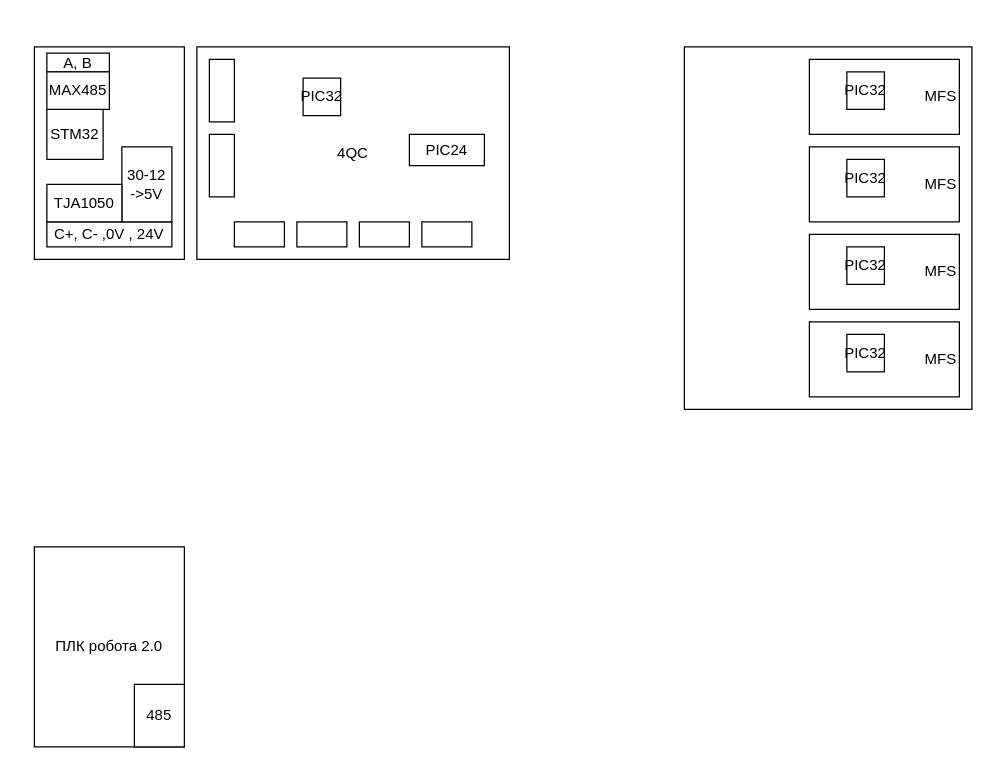
This is gateway_farmcan.drawio from megavad/Diagrams, a draw.io file, before an edit. Source tidied: cells renumbered, new cells numbered last; positions are measured from the earlier drawing's top-left corner, leaving out a move shared by most shapes. Both pictures are drawn from the tidied source at 125%, with x=0, y=0 at pixel (34, 46).
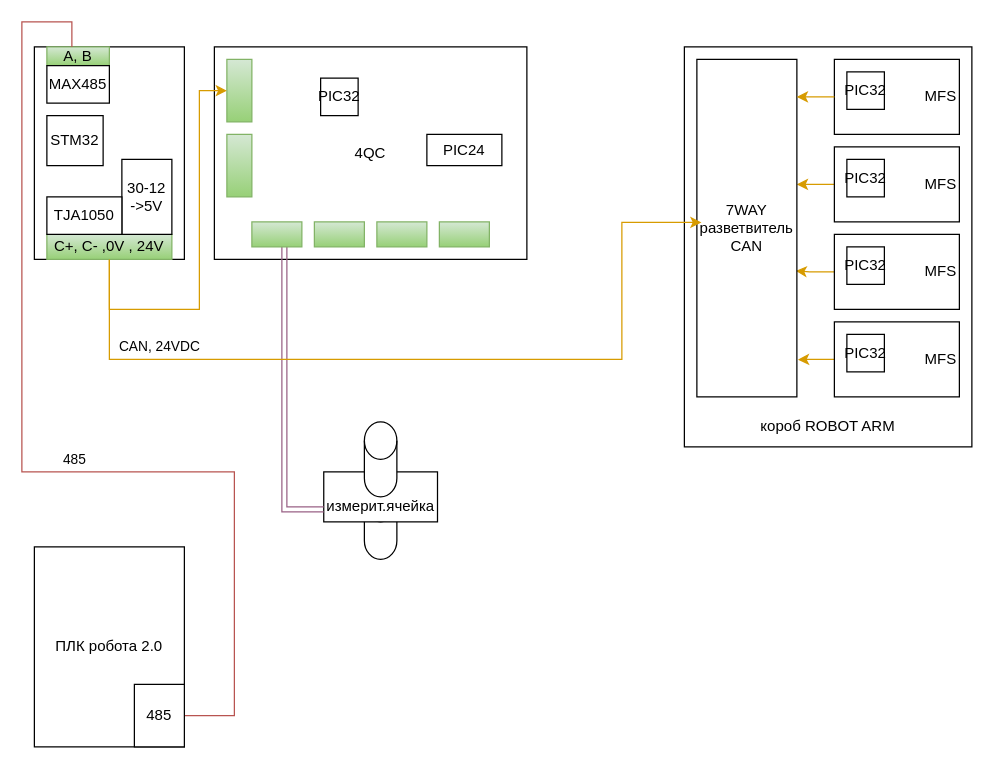
The same page after the edit.

The change refers to these unchanged cells:
```xml
<mxCell id="3" style="rounded=0;whiteSpace=wrap;html=1;" parent="1" vertex="1">
  <mxGeometry width="120" height="170" as="geometry" />
</mxCell>
<mxCell id="28" value="485" style="rounded=0;whiteSpace=wrap;html=1;" parent="1" vertex="1">
  <mxGeometry x="80" y="510" width="40" height="50" as="geometry" />
</mxCell>
```

Change to the diagram source:
```diff
@@
+    <mxCell id="29" style="shape=cylinder3;whiteSpace=wrap;html=1;boundedLbl=1;backgroundOutline=1;size=15;" parent="1" vertex="1">
+      <mxGeometry x="264" y="350" width="26" height="60" as="geometry" />
+    </mxCell>
+    <mxCell id="30" value="&lt;div&gt;&lt;br&gt;&lt;/div&gt;измерит.ячейка" style="rounded=0;whiteSpace=wrap;html=1;align=left;" parent="1" vertex="1">
+      <mxGeometry x="231.5" y="340" width="91" height="40" as="geometry" />
+    </mxCell>
-    <mxCell id="2" style="rounded=0;whiteSpace=wrap;html=1;" parent="1" vertex="1">
-      <mxGeometry x="520" width="230" height="290" as="geometry" />
+    <mxCell id="2" value="&lt;div&gt;&lt;br&gt;&lt;/div&gt;&lt;div&gt;&lt;br&gt;&lt;/div&gt;&lt;div&gt;&lt;br&gt;&lt;/div&gt;&lt;div&gt;&lt;br&gt;&lt;/div&gt;&lt;div&gt;&lt;br&gt;&lt;/div&gt;&lt;div&gt;&lt;br&gt;&lt;/div&gt;&lt;div&gt;&lt;br&gt;&lt;/div&gt;&lt;div&gt;&lt;br&gt;&lt;/div&gt;&lt;div&gt;&lt;br&gt;&lt;/div&gt;&lt;div&gt;&lt;br&gt;&lt;/div&gt;&lt;div&gt;&lt;br&gt;&lt;/div&gt;&lt;div&gt;&lt;br&gt;&lt;/div&gt;&lt;div&gt;&lt;br&gt;&lt;/div&gt;&lt;div&gt;&lt;br&gt;&lt;/div&gt;&lt;div&gt;&lt;br&gt;&lt;/div&gt;&lt;div&gt;&lt;br&gt;&lt;/div&gt;&lt;div&gt;&lt;br&gt;&lt;/div&gt;&lt;div&gt;&lt;br&gt;&lt;/div&gt;&lt;div&gt;&lt;br&gt;&lt;/div&gt;&lt;div&gt;&lt;br&gt;&lt;/div&gt;&lt;div&gt;короб ROBOT ARM&lt;/div&gt;" style="rounded=0;whiteSpace=wrap;html=1;" parent="1" vertex="1">
+      <mxGeometry x="520" width="230" height="320" as="geometry" />
     </mxCell>
@@
     <mxCell id="4" value="MFS" style="rounded=0;whiteSpace=wrap;html=1;align=right;" parent="1" vertex="1">
-      <mxGeometry x="620" y="10" width="120" height="60" as="geometry" />
+      <mxGeometry x="640" y="10" width="100" height="60" as="geometry" />
     </mxCell>
     <mxCell id="5" value="4QC" style="rounded=0;whiteSpace=wrap;html=1;align=center;" parent="1" vertex="1">
-      <mxGeometry x="130" width="250" height="170" as="geometry" />
+      <mxGeometry x="144" width="250" height="170" as="geometry" />
     </mxCell>
+    <mxCell id="31" style="edgeStyle=orthogonalEdgeStyle;rounded=0;jettySize=auto;html=1;exitX=0;exitY=0.5;exitDx=0;exitDy=0;fillColor=#ffcd28;gradientColor=#ffa500;strokeColor=#d79b00;" parent="1" edge="1" source="6">
+      <mxGeometry relative="1" as="geometry">
+        <mxPoint x="610" y="110.7" as="targetPoint" />
+      </mxGeometry>
+    </mxCell>
     <mxCell id="6" value="MFS" style="rounded=0;whiteSpace=wrap;html=1;align=right;" parent="1" vertex="1">
-      <mxGeometry x="620" y="80" width="120" height="60" as="geometry" />
+      <mxGeometry x="640" y="80" width="100" height="60" as="geometry" />
     </mxCell>
+    <mxCell id="32" style="edgeStyle=orthogonalEdgeStyle;rounded=0;jettySize=auto;html=1;fillColor=#ffcd28;gradientColor=#ffa500;strokeColor=#d79b00;" parent="1" edge="1" source="7">
+      <mxGeometry relative="1" as="geometry">
+        <mxPoint x="609" y="179.2" as="targetPoint" />
+      </mxGeometry>
+    </mxCell>
     <mxCell id="7" value="MFS" style="rounded=0;whiteSpace=wrap;html=1;align=right;" parent="1" vertex="1">
-      <mxGeometry x="620" y="150" width="120" height="60" as="geometry" />
+      <mxGeometry x="640" y="150" width="100" height="60" as="geometry" />
     </mxCell>
+    <mxCell id="33" style="edgeStyle=orthogonalEdgeStyle;rounded=0;jettySize=auto;html=1;fillColor=#ffcd28;gradientColor=#ffa500;strokeColor=#d79b00;" parent="1" edge="1" source="8">
+      <mxGeometry relative="1" as="geometry">
+        <mxPoint x="610.9" y="250.2" as="targetPoint" />
+      </mxGeometry>
+    </mxCell>
     <mxCell id="8" value="MFS" style="rounded=0;whiteSpace=wrap;html=1;align=right;" parent="1" vertex="1">
-      <mxGeometry x="620" y="220" width="120" height="60" as="geometry" />
+      <mxGeometry x="640" y="220" width="100" height="60" as="geometry" />
     </mxCell>
+    <mxCell id="34" style="edgeStyle=orthogonalEdgeStyle;rounded=0;jettySize=auto;html=1;entryX=0;entryY=0.75;entryDx=0;entryDy=0;shape=link;fillColor=#e6d0de;gradientColor=#d5739d;strokeColor=#996185;" parent="1" edge="1" source="9" target="30">
+      <mxGeometry relative="1" as="geometry">
+        <Array as="points">
+          <mxPoint x="200" y="370" />
+        </Array>
+      </mxGeometry>
+    </mxCell>
-    <mxCell id="9" style="rounded=0;whiteSpace=wrap;html=1;" parent="1" vertex="1">
-      <mxGeometry x="160" y="140" width="40" height="20" as="geometry" />
+    <mxCell id="9" style="rounded=0;whiteSpace=wrap;html=1;fillColor=#d5e8d4;gradientColor=#97d077;strokeColor=#82b366;" parent="1" vertex="1">
+      <mxGeometry x="174" y="140" width="40" height="20" as="geometry" />
     </mxCell>
-    <mxCell id="10" style="rounded=0;whiteSpace=wrap;html=1;" parent="1" vertex="1">
-      <mxGeometry x="210" y="140" width="40" height="20" as="geometry" />
+    <mxCell id="10" style="rounded=0;whiteSpace=wrap;html=1;fillColor=#d5e8d4;gradientColor=#97d077;strokeColor=#82b366;" parent="1" vertex="1">
+      <mxGeometry x="224" y="140" width="40" height="20" as="geometry" />
     </mxCell>
-    <mxCell id="11" style="rounded=0;whiteSpace=wrap;html=1;" parent="1" vertex="1">
-      <mxGeometry x="260" y="140" width="40" height="20" as="geometry" />
+    <mxCell id="11" style="rounded=0;whiteSpace=wrap;html=1;fillColor=#d5e8d4;gradientColor=#97d077;strokeColor=#82b366;" parent="1" vertex="1">
+      <mxGeometry x="274" y="140" width="40" height="20" as="geometry" />
     </mxCell>
-    <mxCell id="12" style="rounded=0;whiteSpace=wrap;html=1;" parent="1" vertex="1">
-      <mxGeometry x="310" y="140" width="40" height="20" as="geometry" />
+    <mxCell id="12" style="rounded=0;whiteSpace=wrap;html=1;fillColor=#d5e8d4;gradientColor=#97d077;strokeColor=#82b366;" parent="1" vertex="1">
+      <mxGeometry x="324" y="140" width="40" height="20" as="geometry" />
     </mxCell>
-    <mxCell id="13" style="rounded=0;whiteSpace=wrap;html=1;" parent="1" vertex="1">
-      <mxGeometry x="140" y="10" width="20" height="50" as="geometry" />
+    <mxCell id="13" style="rounded=0;whiteSpace=wrap;html=1;fillColor=#d5e8d4;gradientColor=#97d077;strokeColor=#82b366;" parent="1" vertex="1">
+      <mxGeometry x="154" y="10" width="20" height="50" as="geometry" />
     </mxCell>
-    <mxCell id="14" style="rounded=0;whiteSpace=wrap;html=1;" parent="1" vertex="1">
-      <mxGeometry x="140" y="70" width="20" height="50" as="geometry" />
+    <mxCell id="14" style="rounded=0;whiteSpace=wrap;html=1;fillColor=#d5e8d4;gradientColor=#97d077;strokeColor=#82b366;" parent="1" vertex="1">
+      <mxGeometry x="154" y="70" width="20" height="50" as="geometry" />
     </mxCell>
     <mxCell id="15" value="PIC32" style="rounded=0;whiteSpace=wrap;html=1;" parent="1" vertex="1">
-      <mxGeometry x="215" y="25" width="30" height="30" as="geometry" />
+      <mxGeometry x="229" y="25" width="30" height="30" as="geometry" />
     </mxCell>
     <mxCell id="16" value="PIC24" style="rounded=0;whiteSpace=wrap;html=1;" parent="1" vertex="1">
-      <mxGeometry x="300" y="70" width="60" height="25" as="geometry" />
+      <mxGeometry x="314" y="70" width="60" height="25" as="geometry" />
     </mxCell>
@@
+    <mxCell id="35" value="CAN, 24VDC" style="edgeStyle=orthogonalEdgeStyle;rounded=0;jettySize=auto;html=1;entryX=0;entryY=0.5;entryDx=0;entryDy=0;strokeColor=#d79b00;fillColor=#ffcd28;gradientColor=#ffa500;" parent="1" edge="1" source="21" target="13">
+      <mxGeometry x="-0.48" y="-30" relative="1" as="geometry">
+        <Array as="points">
+          <mxPoint x="60" y="210" />
+          <mxPoint x="132" y="210" />
+          <mxPoint x="132" y="35" />
+        </Array>
+      </mxGeometry>
+    </mxCell>
-    <mxCell id="21" value="C+, C- ,0V , 24V" style="rounded=0;whiteSpace=wrap;html=1;" parent="1" vertex="1">
-      <mxGeometry x="10" y="140" width="100" height="20" as="geometry" />
+    <mxCell id="21" value="C+, C- ,0V , 24V" style="rounded=0;whiteSpace=wrap;html=1;fillColor=#d5e8d4;gradientColor=#97d077;strokeColor=#82b366;" parent="1" vertex="1">
+      <mxGeometry x="10" y="150" width="100" height="20" as="geometry" />
     </mxCell>
     <mxCell id="22" value="30-12 -&amp;gt;5V" style="rounded=0;whiteSpace=wrap;html=1;" parent="1" vertex="1">
-      <mxGeometry x="70" y="80" width="40" height="60" as="geometry" />
+      <mxGeometry x="70" y="90" width="40" height="60" as="geometry" />
     </mxCell>
-    <mxCell id="23" value="A, B" style="rounded=0;whiteSpace=wrap;html=1;" parent="1" vertex="1">
-      <mxGeometry x="10" y="5" width="50" height="15" as="geometry" />
+    <mxCell id="23" value="A, B" style="rounded=0;whiteSpace=wrap;html=1;fillColor=#d5e8d4;gradientColor=#97d077;strokeColor=#82b366;" parent="1" vertex="1">
+      <mxGeometry x="10" width="50" height="15" as="geometry" />
     </mxCell>
     <mxCell id="24" value="STM32" style="rounded=0;whiteSpace=wrap;html=1;" parent="1" vertex="1">
-      <mxGeometry x="10" y="50" width="45" height="40" as="geometry" />
+      <mxGeometry x="10" y="55" width="45" height="40" as="geometry" />
     </mxCell>
     <mxCell id="25" value="TJA1050" style="rounded=0;whiteSpace=wrap;html=1;" parent="1" vertex="1">
-      <mxGeometry x="10" y="110" width="60" height="30" as="geometry" />
+      <mxGeometry x="10" y="120" width="60" height="30" as="geometry" />
     </mxCell>
     <mxCell id="26" value="MAX485" style="rounded=0;whiteSpace=wrap;html=1;" parent="1" vertex="1">
-      <mxGeometry x="10" y="20" width="50" height="30" as="geometry" />
+      <mxGeometry x="10" y="15" width="50" height="30" as="geometry" />
     </mxCell>
@@
+    <mxCell id="36" value="485" style="edgeStyle=orthogonalEdgeStyle;rounded=0;jettySize=auto;html=1;entryX=0.25;entryY=0;entryDx=0;entryDy=0;fillColor=#f8cecc;gradientColor=#ea6b66;strokeColor=#b85450;endArrow=none;endFill=0;" parent="1" edge="1" source="28" target="3">
+      <mxGeometry x="-0.12" y="-10" relative="1" as="geometry">
+        <Array as="points">
+          <mxPoint x="160" y="535" />
+          <mxPoint x="160" y="340" />
+          <mxPoint x="-10" y="340" />
+          <mxPoint x="-10" y="-20" />
+          <mxPoint x="30" y="-20" />
+        </Array>
+      </mxGeometry>
+    </mxCell>
@@
+    <mxCell id="37" value="7WAY&lt;div&gt;разветвитель&lt;/div&gt;&lt;div&gt;CAN&lt;/div&gt;" style="rounded=0;whiteSpace=wrap;html=1;" parent="1" vertex="1">
+      <mxGeometry x="530" y="10" width="80" height="270" as="geometry" />
+    </mxCell>
+    <mxCell id="38" style="edgeStyle=orthogonalEdgeStyle;rounded=0;jettySize=auto;html=1;fillColor=#ffcd28;gradientColor=#ffa500;strokeColor=#d79b00;" parent="1" edge="1" source="4">
+      <mxGeometry relative="1" as="geometry">
+        <mxPoint x="610" y="40" as="targetPoint" />
+      </mxGeometry>
+    </mxCell>
+    <mxCell id="39" style="shape=cylinder3;whiteSpace=wrap;html=1;boundedLbl=1;backgroundOutline=1;size=15;" parent="1" vertex="1">
+      <mxGeometry x="264" y="300" width="26" height="60" as="geometry" />
+    </mxCell>
+    <mxCell id="40" style="edgeStyle=orthogonalEdgeStyle;rounded=0;jettySize=auto;html=1;entryX=0.046;entryY=0.483;entryDx=0;entryDy=0;entryPerimeter=0;fillColor=#ffcd28;gradientColor=#ffa500;strokeColor=#d79b00;" parent="1" edge="1" source="21" target="37">
+      <mxGeometry relative="1" as="geometry">
+        <Array as="points">
+          <mxPoint x="60" y="250" />
+          <mxPoint x="470" y="250" />
+          <mxPoint x="470" y="140" />
+        </Array>
+      </mxGeometry>
+    </mxCell>
```
